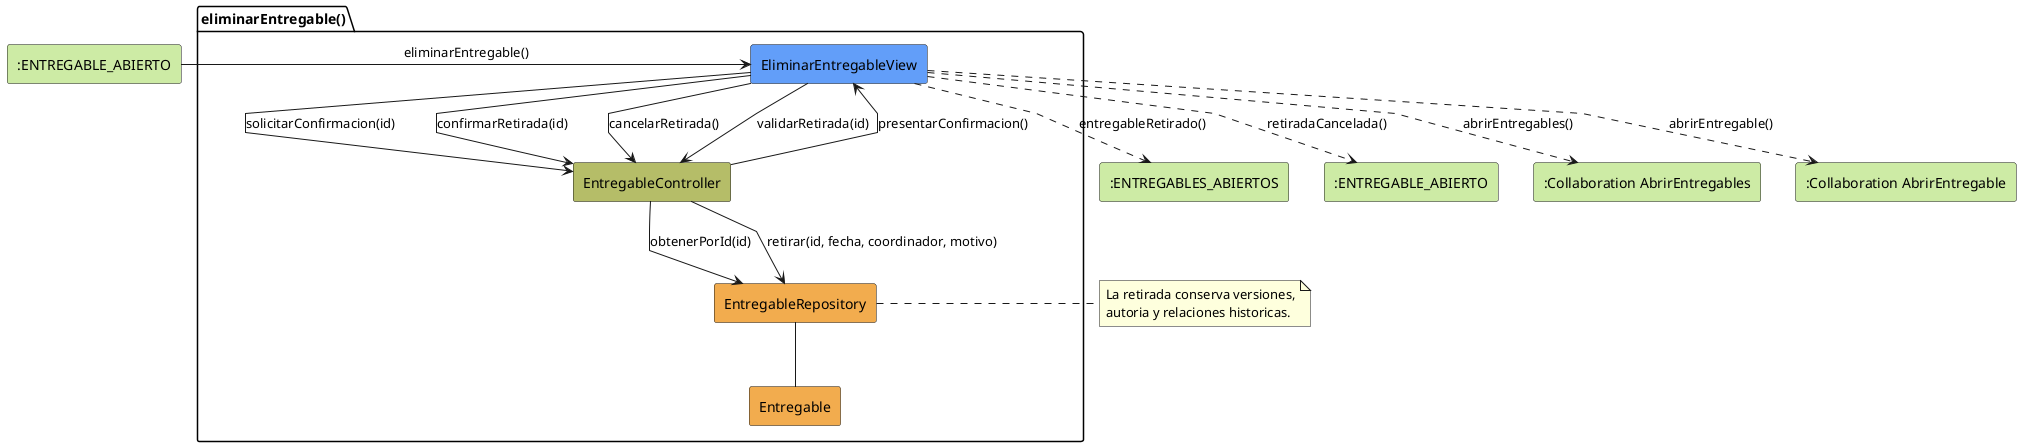
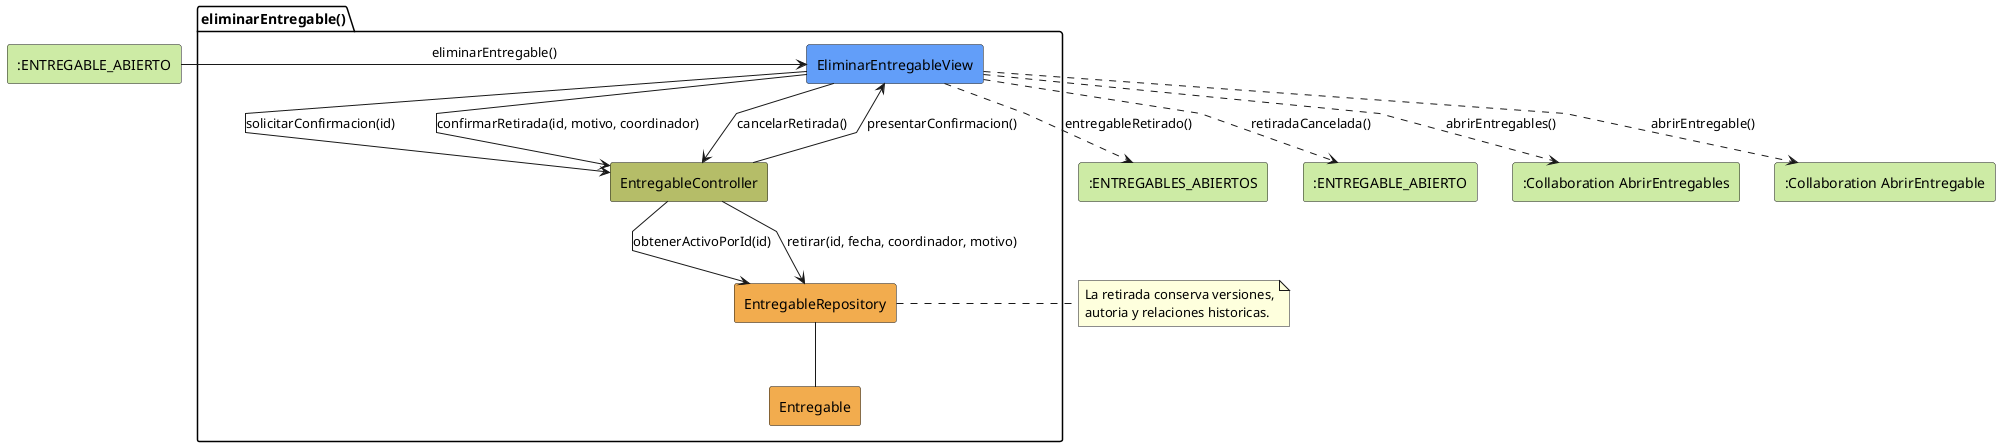
@startuml eliminarEntregable-analisis
skinparam linetype polyline

rectangle #CDEBA5 ":ENTREGABLE_ABIERTO" as EstadoEntrada
package eliminarEntregable as "eliminarEntregable()" {
    rectangle #629EF9 EliminarEntregableView
    rectangle #b5bd68 EntregableController
    rectangle #F2AC4E EntregableRepository
    rectangle #F2AC4E Entregable
}

rectangle #CDEBA5 ":ENTREGABLES_ABIERTOS" as EstadoSalidaExitosa
rectangle #CDEBA5 ":ENTREGABLE_ABIERTO" as EstadoSalidaCancelada
rectangle #CDEBA5 ":Collaboration AbrirEntregables" as AbrirEntregables
rectangle #CDEBA5 ":Collaboration AbrirEntregable" as AbrirEntregable

EstadoEntrada -r-> EliminarEntregableView: eliminarEntregable()

EliminarEntregableView -d-> EntregableController: solicitarConfirmacion(id)
EntregableController --> EliminarEntregableView: presentarConfirmacion()
- EliminarEntregableView --> EntregableController: confirmarRetirada(id)
+ EliminarEntregableView --> EntregableController: confirmarRetirada(id, motivo, coordinador)
EliminarEntregableView --> EntregableController: cancelarRetirada()
- EliminarEntregableView --> EntregableController: validarRetirada(id)
- EntregableController --> EntregableRepository: obtenerPorId(id)
+ EntregableController --> EntregableRepository: obtenerActivoPorId(id)
EntregableController --> EntregableRepository: retirar(id, fecha, coordinador, motivo)
EntregableRepository -- Entregable
EliminarEntregableView ..> EstadoSalidaExitosa: entregableRetirado()
EliminarEntregableView ..> EstadoSalidaCancelada: retiradaCancelada()
EliminarEntregableView ..> AbrirEntregables: abrirEntregables()
EliminarEntregableView ..> AbrirEntregable: abrirEntregable()

note right of EntregableRepository
La retirada conserva versiones,
autoria y relaciones historicas.
end note

@enduml
